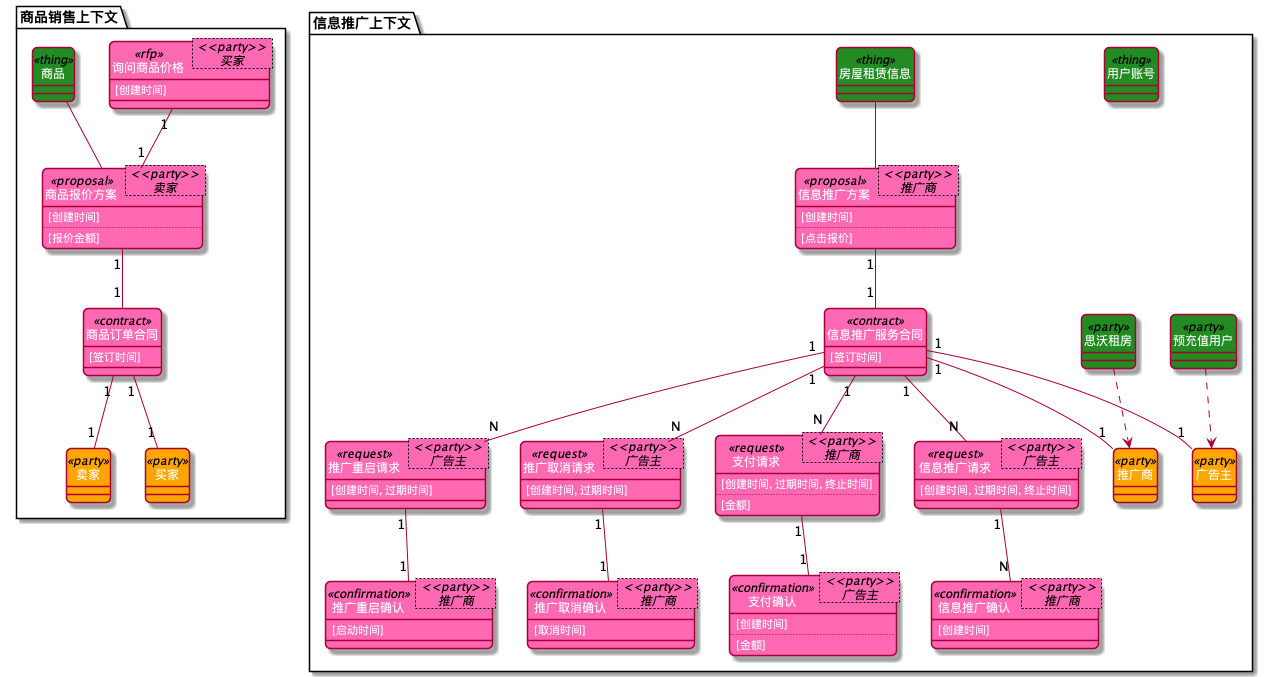
behring/8x-flow-diagram keeps this PlantUML diagram as diagrams/info_promotion_contract_diagram.png. Above is the earlier version. Source of this version:
```plantuml
@startuml
skinparam classFontColor White
skinparam classAttributeFontColor White
skinparam roundCorner 10
hide circle
            package <color:black>商品销售上下文</color> {
                class 卖家
class 买家
class 询问商品价格
class 商品报价方案
class 商品
class 商品订单合同

            }

class 询问商品价格< <<party>> \n 买家 ><<rfp>> #HotPink{
    [创建时间]


}
询问商品价格 "1" -- "1" 商品报价方案


class 商品报价方案< <<party>> \n 卖家 ><<proposal>> #HotPink{
    [创建时间]
    ..
    [报价金额]
}
商品报价方案  "1" -- "1"  商品订单合同

class 商品 <<thing>> #ForestGreen
商品  --  商品报价方案


class 商品订单合同<<contract>> #HotPink{
    [签订时间]


}
class 卖家 <<party>> #orange
商品订单合同  "1" -- "1"  卖家
class 买家 <<party>> #orange
商品订单合同  "1" -- "1"  买家

class 卖家 <<party>> #orange
class 买家 <<party>> #orange

            package <color:black>信息推广上下文</color> {
                class 广告主
class 预充值用户
class 推广商
class 思沃租房
class 信息推广方案
class 用户账号
class 房屋租赁信息
class 信息推广服务合同
class 推广重启请求
class 推广重启确认
class 推广取消请求
class 推广取消确认
class 支付请求
class 支付确认
class 信息推广请求
class 信息推广确认

            }

class 信息推广方案< <<party>> \n 推广商 ><<proposal>> #HotPink{
    [创建时间]
    ..
    [点击报价]
}
信息推广方案  "1" -- "1"  信息推广服务合同

class 预充值用户 <<party>> #ForestGreen

class 思沃租房 <<party>> #ForestGreen

class 用户账号 <<thing>> #ForestGreen

class 房屋租赁信息 <<thing>> #ForestGreen
房屋租赁信息  --  信息推广方案


class 信息推广服务合同<<contract>> #HotPink{
    [签订时间]


}
class 广告主 <<party>> #orange
信息推广服务合同  "1" -- "1"  广告主
预充值用户  ..>  广告主
class 推广商 <<party>> #orange
信息推广服务合同  "1" -- "1"  推广商
思沃租房  ..>  推广商
信息推广服务合同  "1" -- "N"  推广重启请求

class 推广重启请求< <<party>> \n 广告主 ><<request>> #HotPink{
    [创建时间, 过期时间]


}
推广重启请求  "1" -- "1"  推广重启确认


class 推广重启确认< <<party>> \n 推广商 ><<confirmation>> #HotPink{
    [启动时间]


}

信息推广服务合同  "1" -- "N"  推广取消请求

class 推广取消请求< <<party>> \n 广告主 ><<request>> #HotPink{
    [创建时间, 过期时间]


}
推广取消请求  "1" -- "1"  推广取消确认


class 推广取消确认< <<party>> \n 推广商 ><<confirmation>> #HotPink{
    [取消时间]


}

信息推广服务合同  "1" -- "N"  支付请求

class 支付请求< <<party>> \n 推广商 ><<request>> #HotPink{
    [创建时间, 过期时间, 终止时间]
    ..
    [金额]
}
支付请求  "1" -- "1"  支付确认


class 支付确认< <<party>> \n 广告主 ><<confirmation>> #HotPink{
    [创建时间]
    ..
    [金额]
}

信息推广服务合同  "1" -- "N"  信息推广请求

class 信息推广请求< <<party>> \n 广告主 ><<request>> #HotPink{
    [创建时间, 过期时间, 终止时间]


}
信息推广请求  "1" -- "N"  信息推广确认


class 信息推广确认< <<party>> \n 推广商 ><<confirmation>> #HotPink{
    [创建时间]


}


class 广告主 <<party>> #orange
class 推广商 <<party>> #orange

@enduml
```
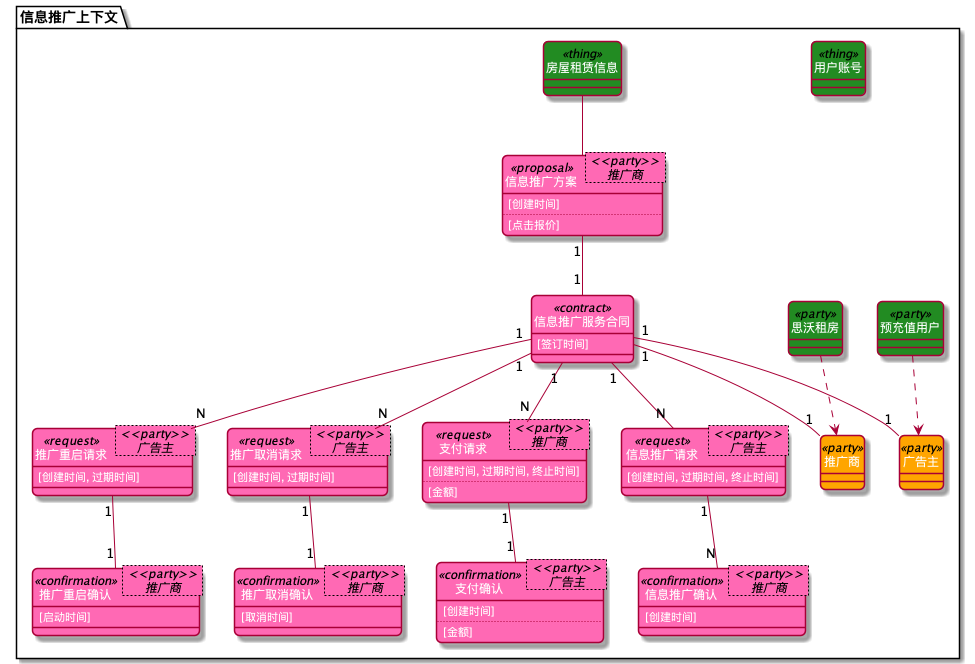
The same file after the commit.

Change to the diagram source:
```diff
@@ -3,48 +3,6 @@
 skinparam classAttributeFontColor White
 skinparam roundCorner 10
 hide circle
-            package <color:black>商品销售上下文</color> {
-                class 卖家
-class 买家
-class 询问商品价格
-class 商品报价方案
-class 商品
-class 商品订单合同
-
-            }
-
-class 询问商品价格< <<party>> \n 买家 ><<rfp>> #HotPink{
-    [创建时间]
-
-
-}
-询问商品价格 "1" -- "1" 商品报价方案
-
-
-class 商品报价方案< <<party>> \n 卖家 ><<proposal>> #HotPink{
-    [创建时间]
-    ..
-    [报价金额]
-}
-商品报价方案  "1" -- "1"  商品订单合同
-
-class 商品 <<thing>> #ForestGreen
-商品  --  商品报价方案
-
-
-class 商品订单合同<<contract>> #HotPink{
-    [签订时间]
-
-
-}
-class 卖家 <<party>> #orange
-商品订单合同  "1" -- "1"  卖家
-class 买家 <<party>> #orange
-商品订单合同  "1" -- "1"  买家
-
-class 卖家 <<party>> #orange
-class 买家 <<party>> #orange
-
             package <color:black>信息推广上下文</color> {
                 class 广告主
 class 预充值用户
```
